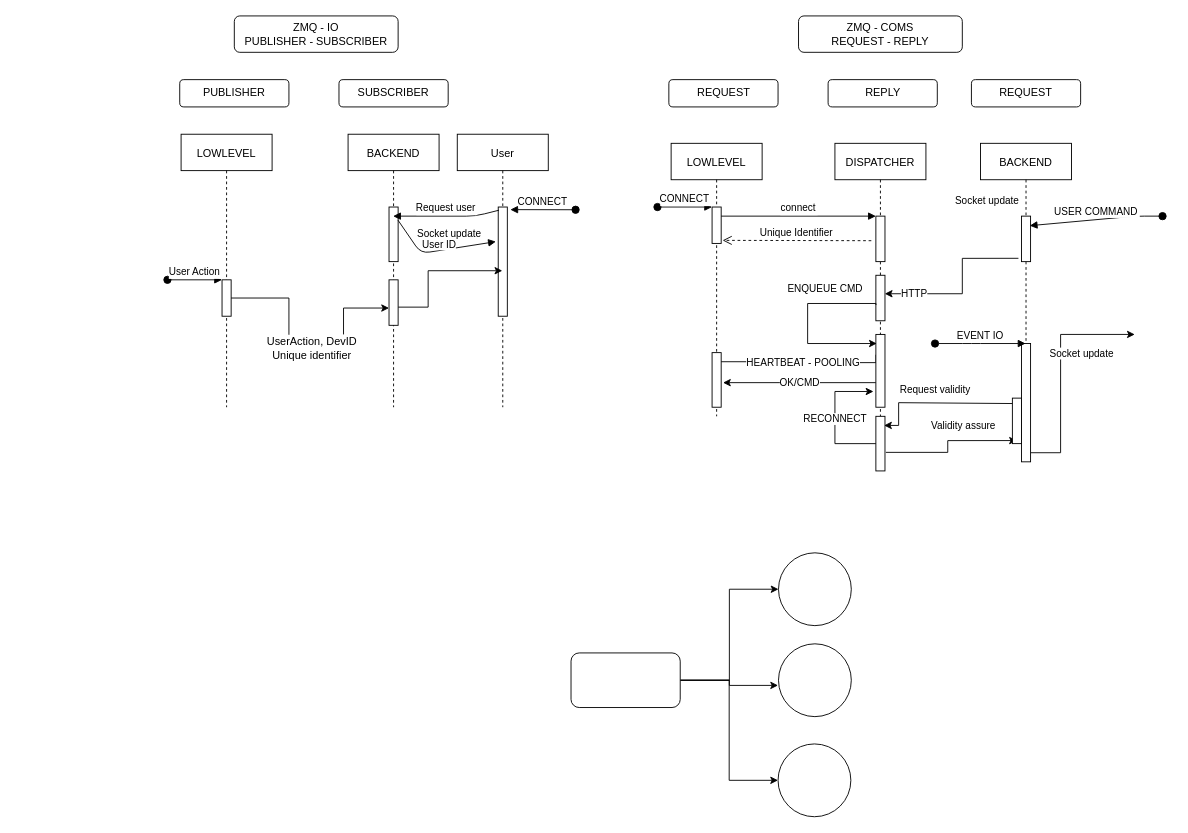
Above: zmq_com-protocol.drawio in rafaelchiafarelli/conboard (draw.io), before the change. Source tidied: cells renumbered, new cells numbered last; positions are measured from the earlier drawing's top-left corner, leaving out a move shared by most shapes. Both pictures are drawn from the tidied source at 91%, with x=0, y=0 at pixel (167, 15).
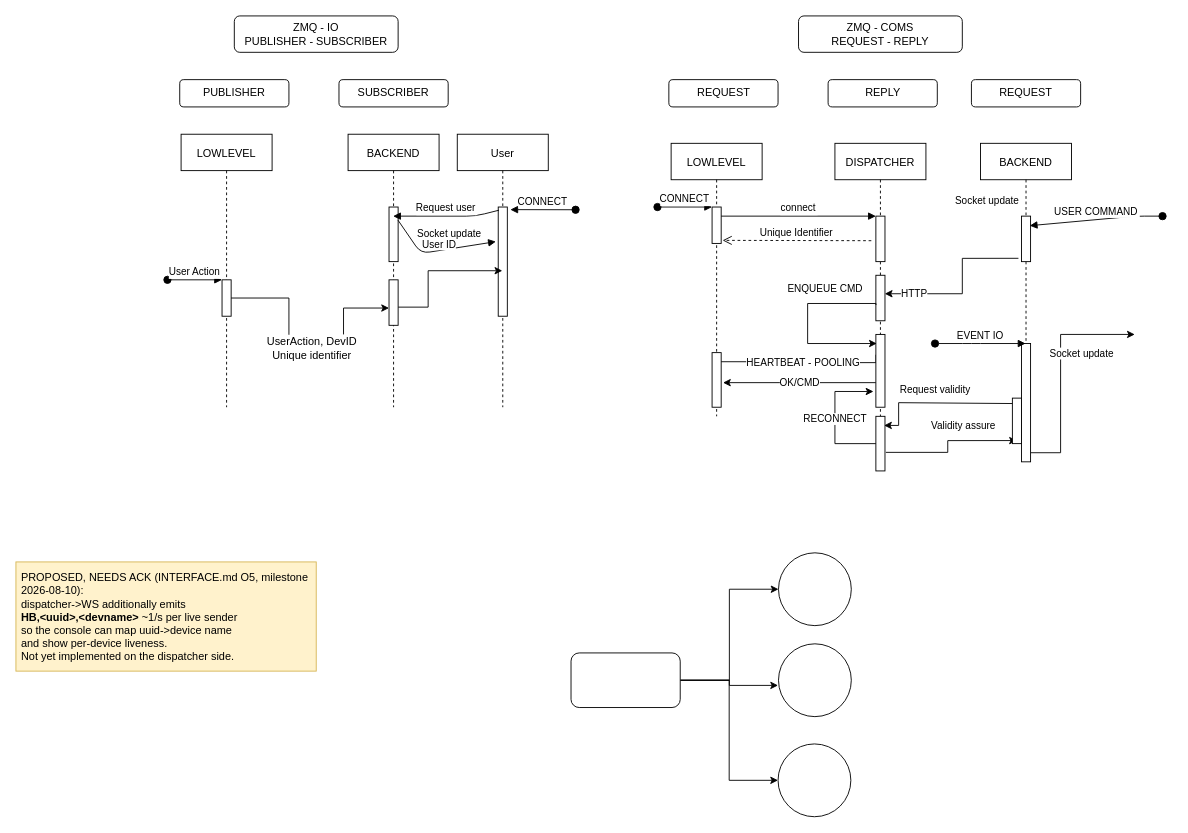
After the change.

The edit, as a diff of the source:
```diff
@@
+    <mxCell id="64" value="PROPOSED, NEEDS ACK (INTERFACE.md O5, milestone 2026-08-10):&lt;br&gt;dispatcher-&gt;WS additionally emits&lt;br&gt;&lt;b&gt;HB,&amp;lt;uuid&amp;gt;,&amp;lt;devname&amp;gt;&lt;/b&gt; ~1/s per live sender&lt;br&gt;so the console can map uuid-&gt;device name&lt;br&gt;and show per-device liveness.&lt;br&gt;Not yet implemented on the dispatcher side." style="text;html=1;align=left;verticalAlign=top;strokeColor=#d6b656;fillColor=#fff2cc;whiteSpace=wrap;spacing=6;" parent="1" vertex="1">
+      <mxGeometry x="-166" y="600" width="330" height="120" as="geometry" />
+    </mxCell>
```
